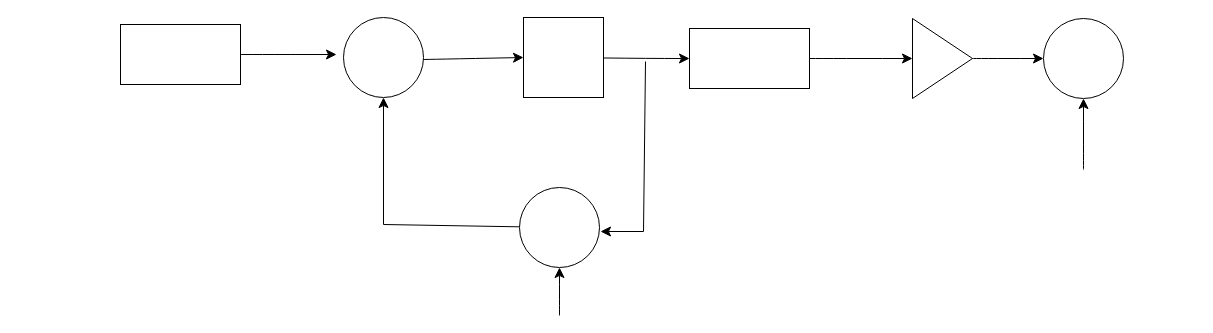
w1213ph/draw.io keeps this draw.io diagram as 失配1.drawio. Above is the earlier version. Source tidied: cells renumbered, new cells numbered last; positions are measured from the earlier drawing's top-left corner, leaving out a move shared by most shapes. Both pictures are drawn from the tidied source at 100%, with x=0, y=0 at pixel (120, 17).
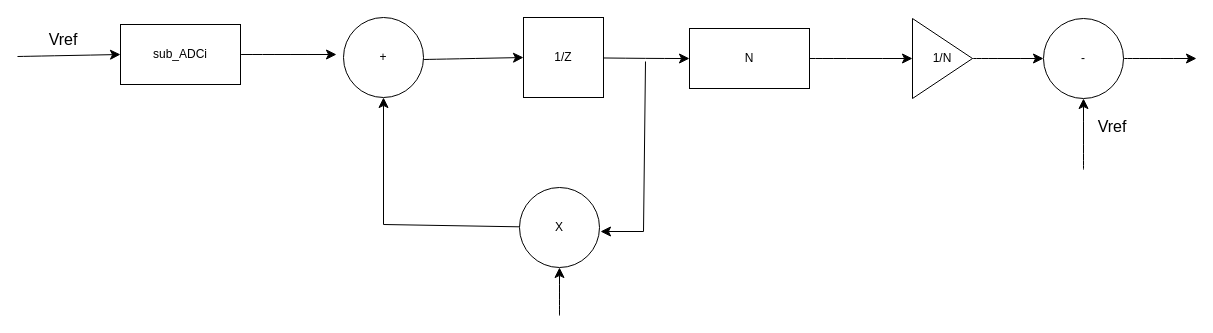
The same page after the edit.

Diff of the diagram source:
```diff
@@
-    <mxCell id="3" style="rounded=0;whiteSpace=wrap;html=1;" parent="1" vertex="1">
+    <mxCell id="3" value="sub_ADCi" style="rounded=0;whiteSpace=wrap;html=1;" parent="1" vertex="1">
       <mxGeometry y="7" width="120" height="60" as="geometry" />
     </mxCell>
@@
-    <mxCell id="5" style="ellipse;whiteSpace=wrap;html=1;" parent="1" vertex="1">
+    <mxCell id="5" value="+" style="ellipse;whiteSpace=wrap;html=1;" parent="1" vertex="1">
       <mxGeometry x="223" width="80" height="80" as="geometry" />
     </mxCell>
@@
-    <mxCell id="7" style="whiteSpace=wrap;html=1;" parent="1" vertex="1">
+    <mxCell id="7" value="1/Z" style="whiteSpace=wrap;html=1;" parent="1" vertex="1">
       <mxGeometry x="403" width="80" height="80" as="geometry" />
     </mxCell>
@@
-    <mxCell id="9" style="ellipse;whiteSpace=wrap;html=1;" parent="1" vertex="1">
+    <mxCell id="9" value="X" style="ellipse;whiteSpace=wrap;html=1;" parent="1" vertex="1">
       <mxGeometry x="399" y="170" width="80" height="80" as="geometry" />
     </mxCell>
@@
-    <mxCell id="11" style="rounded=0;whiteSpace=wrap;html=1;" parent="1" vertex="1">
+    <mxCell id="11" value="N" style="rounded=0;whiteSpace=wrap;html=1;" parent="1" vertex="1">
       <mxGeometry x="569" y="11" width="120" height="60" as="geometry" />
     </mxCell>
@@
-    <mxCell id="13" style="triangle;whiteSpace=wrap;html=1;" parent="1" vertex="1">
+    <mxCell id="13" value="1/N" style="triangle;whiteSpace=wrap;html=1;" parent="1" vertex="1">
       <mxGeometry x="792" y="1" width="60" height="80" as="geometry" />
     </mxCell>
+    <mxCell id="18" style="edgeStyle=none;curved=1;rounded=0;jettySize=auto;html=1;fontSize=12;startSize=8;endSize=8;" parent="1" edge="1" source="14">
+      <mxGeometry relative="1" as="geometry">
+        <mxPoint x="1076" y="41" as="targetPoint" />
+      </mxGeometry>
+    </mxCell>
-    <mxCell id="14" style="ellipse;whiteSpace=wrap;html=1;" parent="1" vertex="1">
+    <mxCell id="14" value="-" style="ellipse;whiteSpace=wrap;html=1;" parent="1" vertex="1">
       <mxGeometry x="923" y="1" width="80" height="80" as="geometry" />
     </mxCell>
@@
+    <mxCell id="19" style="endArrow=classic;html=1;rounded=0;fontSize=12;startSize=8;endSize=8;curved=1;entryX=0;entryY=0.5;entryDx=0;entryDy=0;" parent="1" edge="1" target="3">
+      <mxGeometry relative="1" as="geometry">
+        <mxPoint x="-103" y="39" as="sourcePoint" />
+      </mxGeometry>
+    </mxCell>
+    <mxCell id="20" value="Vref" style="text;html=1;align=center;verticalAlign=middle;whiteSpace=wrap;rounded=0;fontSize=16;" parent="1" vertex="1">
+      <mxGeometry x="-87" y="7" width="60" height="30" as="geometry" />
+    </mxCell>
+    <mxCell id="21" value="Vref" style="text;html=1;align=center;verticalAlign=middle;whiteSpace=wrap;rounded=0;fontSize=16;" parent="1" vertex="1">
+      <mxGeometry x="962" y="94" width="60" height="30" as="geometry" />
+    </mxCell>
```
